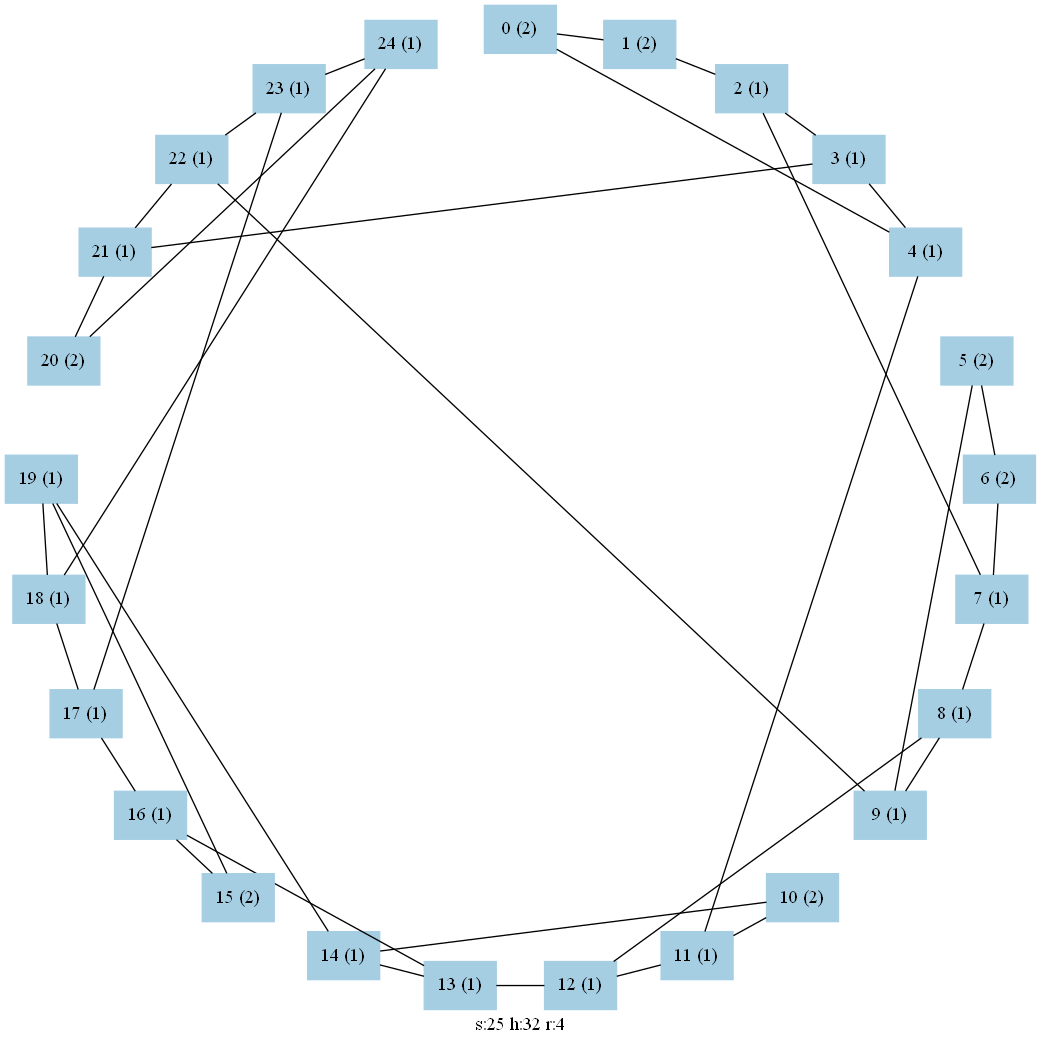
kohinigeee/kenkyuu keeps this Graphviz diagram as graph2.png. Above is the earlier version. Its source is kept beside it as graph2.dot.
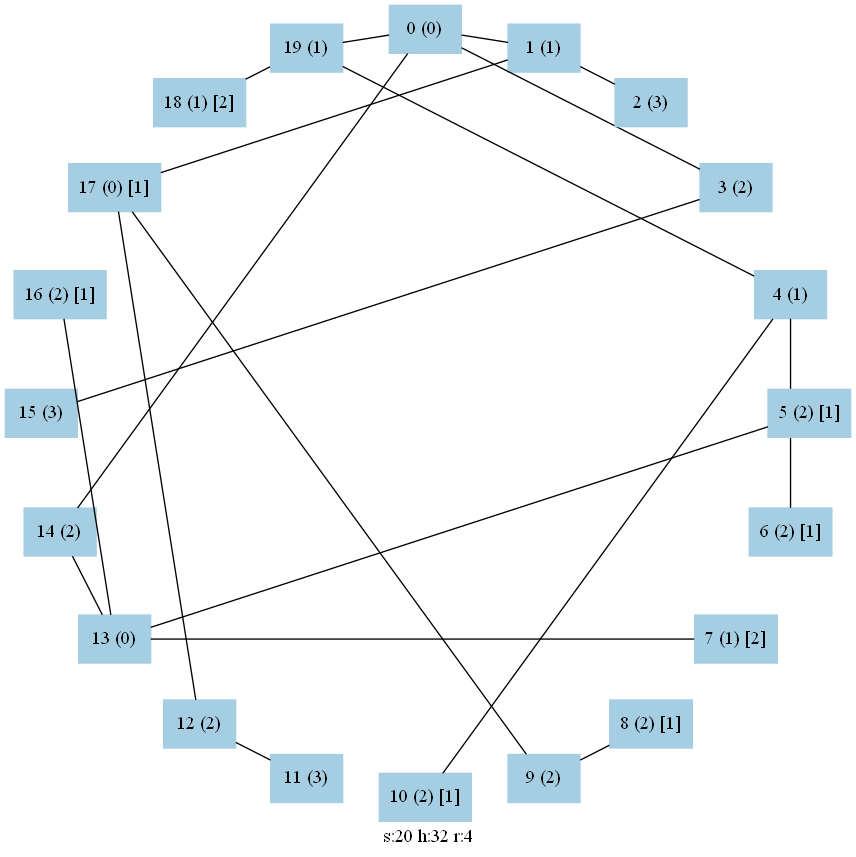
Above is the later version.

The edit, as a diff of the source:
```diff
@@ -2,7 +2,7 @@
 	graph [
 		charset="utf-8",
 		layout=neato,
-		label="s:25 h:32 r:4"	];
+		label="s:20 h:32 r:4"	];
 	node [
 		shape=box;
 		style="solid, filled"
@@ -10,140 +10,109 @@
 
 	subgraph cluster_sub0 {
 	node[ color=1 ]
+	node[
+		color=1
+		fontsize=14
+	]
 	0[
-		pos="5.00000, 10.00000!",
-		label="0 (2)"
+		pos="5.00000, 9.00000!",
+		label="0 (0)"
 	]
 	1[
-		pos="6.24345, 9.84292!",
-		label="1 (2)"
+		pos="6.23607, 8.80423!",
+		label="1 (1)"
 	]
 	2[
-		pos="7.40877, 9.38153!",
-		label="2 (1)"
+		pos="7.35114, 8.23607!",
+		label="2 (3)"
 	]
 	3[
-		pos="8.42274, 8.64484!",
-		label="3 (1)"
+		pos="8.23607, 7.35114!",
+		label="3 (2)"
 	]
 	4[
-		pos="9.22164, 7.67913!",
+		pos="8.80423, 6.23607!",
 		label="4 (1)"
 	]
 	5[
-		pos="9.75528, 6.54508!",
-		label="5 (2)"
+		pos="9.00000, 5.00000!",
+		label="5 (2) [1]"
 	]
 	6[
-		pos="9.99013, 5.31395!",
-		label="6 (2)"
+		pos="8.80423, 3.76393!",
+		label="6 (2) [1]"
 	]
 	7[
-		pos="9.91144, 4.06309!",
-		label="7 (1)"
+		pos="8.23607, 2.64886!",
+		label="7 (1) [2]"
 	]
 	8[
-		pos="9.52414, 2.87110!",
-		label="8 (1)"
+		pos="7.35114, 1.76393!",
+		label="8 (2) [1]"
 	]
 	9[
-		pos="8.85257, 1.81288!",
-		label="9 (1)"
+		pos="6.23607, 1.19577!",
+		label="9 (2)"
 	]
 	10[
-		pos="7.93893, 0.95492!",
-		label="10 (2)"
+		pos="5.00000, 1.00000!",
+		label="10 (2) [1]"
 	]
 	11[
-		pos="6.84062, 0.35112!",
-		label="11 (1)"
+		pos="3.76393, 1.19577!",
+		label="11 (3)"
 	]
 	12[
-		pos="5.62667, 0.03943!",
-		label="12 (1)"
+		pos="2.64886, 1.76393!",
+		label="12 (2)"
 	]
 	13[
-		pos="4.37333, 0.03943!",
-		label="13 (1)"
+		pos="1.76393, 2.64886!",
+		label="13 (0)"
 	]
 	14[
-		pos="3.15938, 0.35112!",
-		label="14 (1)"
+		pos="1.19577, 3.76393!",
+		label="14 (2)"
 	]
 	15[
-		pos="2.06107, 0.95492!",
-		label="15 (2)"
+		pos="1.00000, 5.00000!",
+		label="15 (3)"
 	]
 	16[
-		pos="1.14743, 1.81288!",
-		label="16 (1)"
+		pos="1.19577, 6.23607!",
+		label="16 (2) [1]"
 	]
 	17[
-		pos="0.47586, 2.87110!",
-		label="17 (1)"
+		pos="1.76393, 7.35114!",
+		label="17 (0) [1]"
 	]
 	18[
-		pos="0.08856, 4.06309!",
-		label="18 (1)"
+		pos="2.64886, 8.23607!",
+		label="18 (1) [2]"
 	]
 	19[
-		pos="0.00987, 5.31395!",
+		pos="3.76393, 8.80423!",
 		label="19 (1)"
-	]
-	20[
-		pos="0.24472, 6.54508!",
-		label="20 (2)"
-	]
-	21[
-		pos="0.77836, 7.67913!",
-		label="21 (1)"
-	]
-	22[
-		pos="1.57726, 8.64484!",
-		label="22 (1)"
-	]
-	23[
-		pos="2.59123, 9.38153!",
-		label="23 (1)"
-	]
-	24[
-		pos="3.75655, 9.84292!",
-		label="24 (1)"
 	]
 	}
 
-	0--4
 	0--1
+	0--14
+	0--19
+	0--3
+	1--17
 	1--2
-	2--3
-	2--7
-	3--4
-	3--21
-	4--11
-	5--9
-	5--6
-	6--7
-	7--8
+	3--15
+	4--6
+	4--10
+	4--19
+	5--13
+	7--13
 	8--9
-	8--12
-	9--22
-	10--14
-	10--11
+	9--17
 	11--12
-	12--13
+	12--17
+	13--16
 	13--14
-	13--16
-	14--19
-	15--19
-	15--16
-	16--17
-	17--18
-	17--23
 	18--19
-	18--24
-	20--24
-	20--21
-	21--22
-	22--23
-	23--24
 }
```
